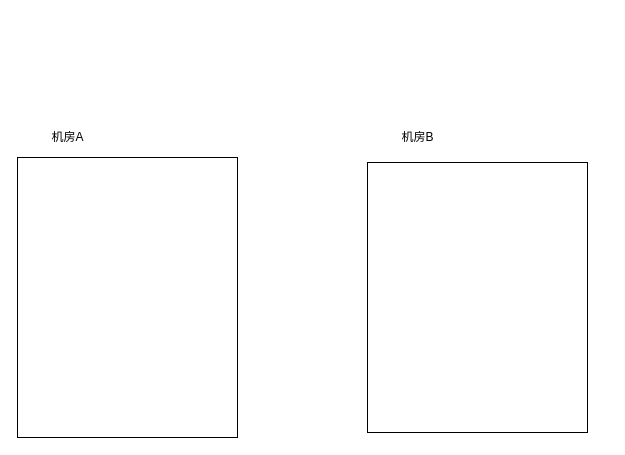
Before: graduation-common/未命名绘图.drawio in curry1028/after, a draw.io diagram. Source tidied: cells renumbered, new cells numbered last; positions are measured from the earlier drawing's top-left corner, leaving out a move shared by most shapes. Both pictures are drawn from the tidied source at 100%, with x=0, y=0 at pixel (17, 122).
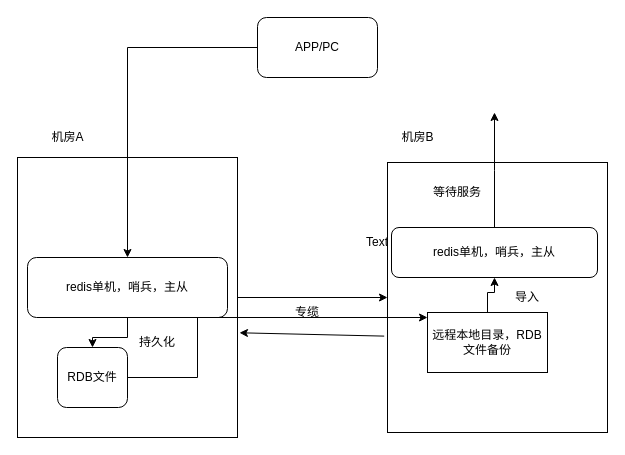
The same diagram, later.

Commit message (it also covers changes not shown here):
更新未命名绘图.drawio

The change refers to these unchanged cells:
```xml
<mxCell id="2" style="rounded=0;whiteSpace=wrap;html=1;" parent="1" vertex="1">
  <mxGeometry y="35" width="220" height="280" as="geometry" />
</mxCell>
```

What changed in the source:
```diff
@@
+    <mxCell id="6" style="edgeStyle=orthogonalEdgeStyle;rounded=0;jettySize=auto;html=1;entryX=0;entryY=0.5;entryDx=0;entryDy=0;" parent="1" edge="1" source="2" target="3">
+      <mxGeometry relative="1" as="geometry" />
+    </mxCell>
@@
     <mxCell id="3" style="rounded=0;whiteSpace=wrap;html=1;" parent="1" vertex="1">
-      <mxGeometry x="350" y="40" width="220" height="270" as="geometry" />
+      <mxGeometry x="370" y="40" width="220" height="270" as="geometry" />
     </mxCell>
@@
+    <mxCell id="7" style="edgeStyle=orthogonalEdgeStyle;rounded=0;jettySize=auto;html=1;" parent="1" edge="1" source="8" target="10">
+      <mxGeometry relative="1" as="geometry" />
+    </mxCell>
+    <mxCell id="8" value="APP/PC" style="rounded=1;whiteSpace=wrap;html=1;" parent="1" vertex="1">
+      <mxGeometry x="240" y="-105" width="120" height="60" as="geometry" />
+    </mxCell>
+    <mxCell id="9" style="edgeStyle=orthogonalEdgeStyle;rounded=0;jettySize=auto;html=1;" parent="1" edge="1" source="10" target="12">
+      <mxGeometry relative="1" as="geometry" />
+    </mxCell>
+    <mxCell id="10" value="redis单机，哨兵，主从" style="rounded=1;whiteSpace=wrap;html=1;" parent="1" vertex="1">
+      <mxGeometry x="10" y="135" width="200" height="60" as="geometry" />
+    </mxCell>
+    <mxCell id="11" style="edgeStyle=orthogonalEdgeStyle;rounded=0;jettySize=auto;html=1;" parent="1" edge="1" source="12">
+      <mxGeometry relative="1" as="geometry">
+        <mxPoint x="410" y="195" as="targetPoint" />
+        <Array as="points">
+          <mxPoint x="180" y="255" />
+          <mxPoint x="180" y="195" />
+        </Array>
+      </mxGeometry>
+    </mxCell>
+    <mxCell id="12" value="RDB文件" style="rounded=1;whiteSpace=wrap;html=1;" parent="1" vertex="1">
+      <mxGeometry x="40" y="225" width="70" height="60" as="geometry" />
+    </mxCell>
+    <mxCell id="13" value="持久化" style="text;html=1;strokeColor=none;fillColor=none;align=center;verticalAlign=middle;whiteSpace=wrap;rounded=0;" parent="1" vertex="1">
+      <mxGeometry x="110" y="205" width="60" height="30" as="geometry" />
+    </mxCell>
+    <mxCell id="14" style="endArrow=classic;html=1;rounded=0;entryX=1.009;entryY=0.626;entryDx=0;entryDy=0;entryPerimeter=0;exitX=-0.015;exitY=0.643;exitDx=0;exitDy=0;exitPerimeter=0;" parent="1" edge="1" source="3" target="2">
+      <mxGeometry relative="1" as="geometry" />
+    </mxCell>
+    <mxCell id="15" value="专缆" style="text;html=1;strokeColor=none;fillColor=none;align=center;verticalAlign=middle;whiteSpace=wrap;rounded=0;" parent="1" vertex="1">
+      <mxGeometry x="260" y="175" width="60" height="30" as="geometry" />
+    </mxCell>
+    <mxCell id="16" style="edgeStyle=orthogonalEdgeStyle;rounded=0;jettySize=auto;html=1;" parent="1" edge="1" source="17" target="19">
+      <mxGeometry relative="1" as="geometry" />
+    </mxCell>
+    <mxCell id="17" value="远程本地目录，RDB文件备份" style="rounded=0;whiteSpace=wrap;html=1;" parent="1" vertex="1">
+      <mxGeometry x="410" y="190" width="120" height="60" as="geometry" />
+    </mxCell>
+    <mxCell id="18" style="edgeStyle=orthogonalEdgeStyle;rounded=0;jettySize=auto;html=1;" parent="1" edge="1" source="19">
+      <mxGeometry relative="1" as="geometry">
+        <mxPoint x="477" y="-10" as="targetPoint" />
+      </mxGeometry>
+    </mxCell>
+    <mxCell id="19" value="redis单机，哨兵，主从" style="rounded=1;whiteSpace=wrap;html=1;" parent="1" vertex="1">
+      <mxGeometry x="374" y="105" width="206" height="50" as="geometry" />
+    </mxCell>
+    <mxCell id="20" value="导入" style="text;html=1;strokeColor=none;fillColor=none;align=center;verticalAlign=middle;whiteSpace=wrap;rounded=0;" parent="1" vertex="1">
+      <mxGeometry x="480" y="160" width="60" height="30" as="geometry" />
+    </mxCell>
+    <mxCell id="21" value="Text" style="text;html=1;strokeColor=none;fillColor=none;align=center;verticalAlign=middle;whiteSpace=wrap;rounded=0;" parent="1" vertex="1">
+      <mxGeometry x="330" y="105" width="60" height="30" as="geometry" />
+    </mxCell>
+    <mxCell id="22" value="等待服务" style="text;html=1;strokeColor=none;fillColor=none;align=center;verticalAlign=middle;whiteSpace=wrap;rounded=0;" parent="1" vertex="1">
+      <mxGeometry x="410" y="55" width="60" height="30" as="geometry" />
+    </mxCell>
```
